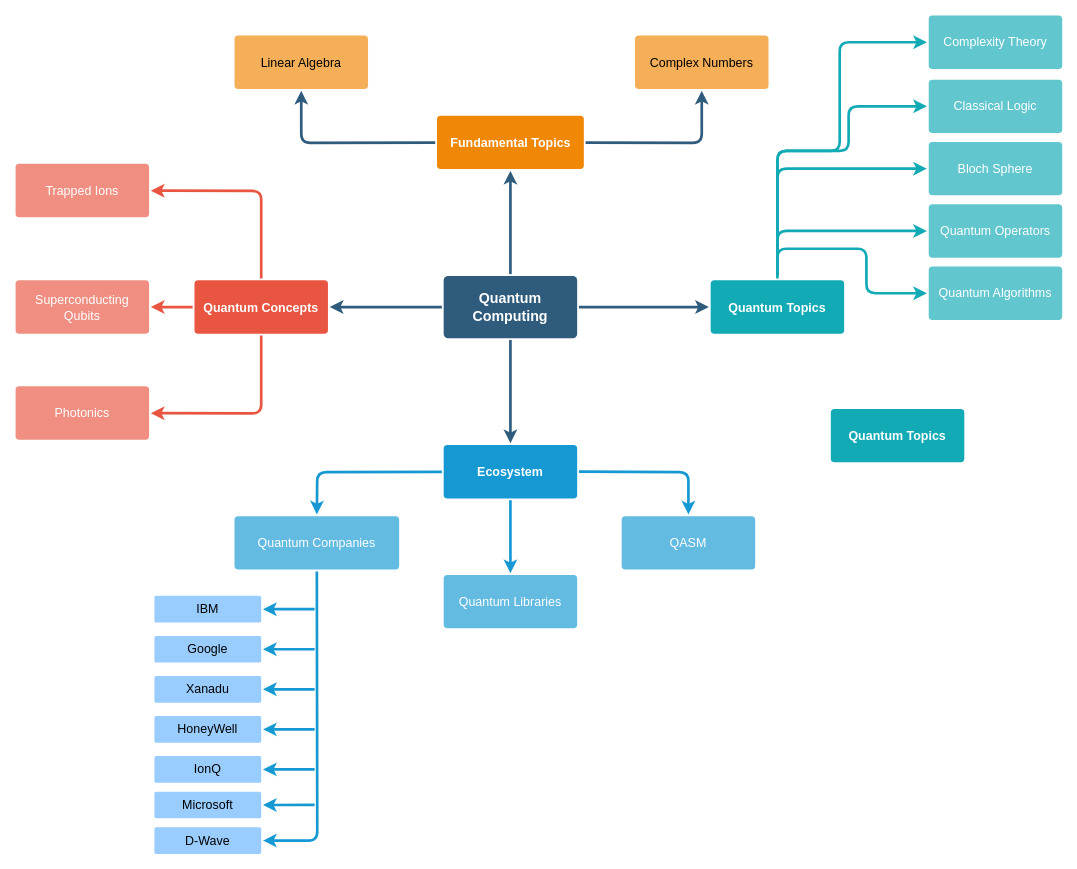
Before: quantum_roadmap.drawio in pablomateo/quantum_computing_learning_stack, a draw.io diagram. Source tidied: cells renumbered, new cells numbered last; positions are measured from the earlier drawing's top-left corner, leaving out a move shared by most shapes. Both pictures are drawn from the tidied source at 89%, with x=0, y=0 at pixel (15, 15).
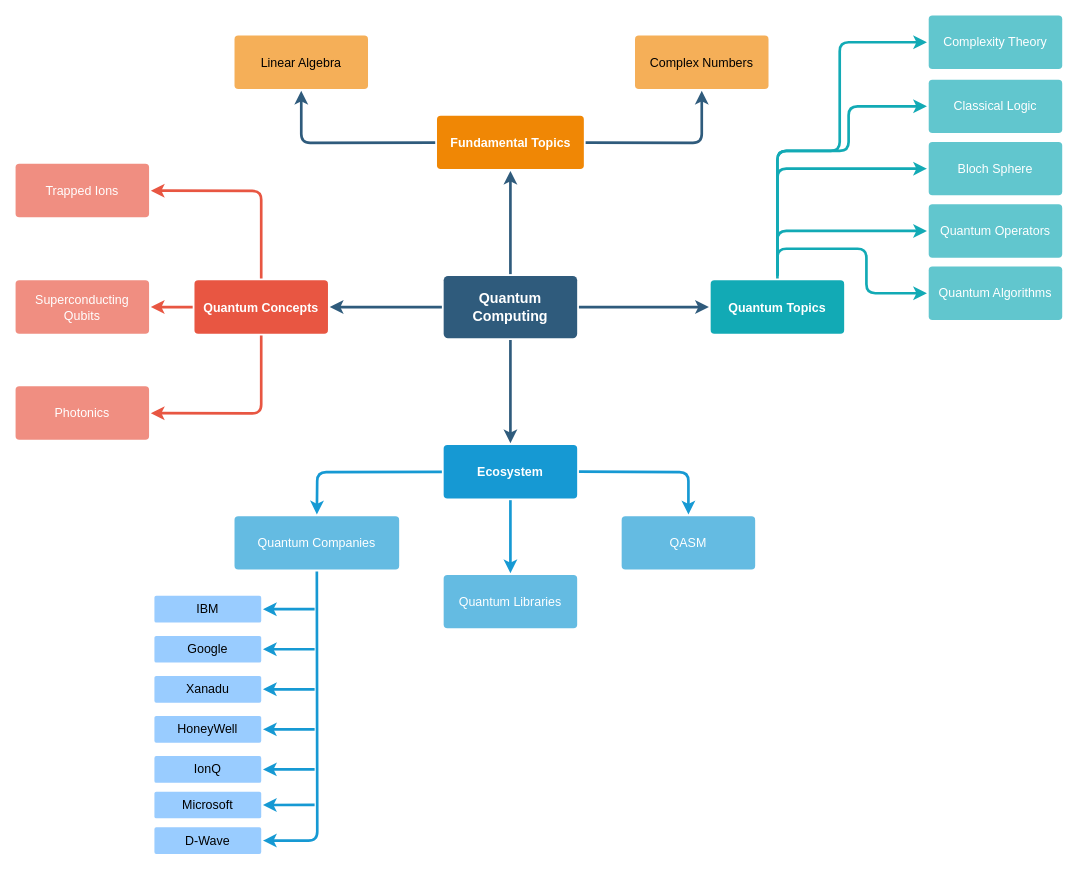
The same page after the edit.

What changed in the source:
```diff
@@
-    <mxCell id="47" value="Quantum Topics" style="rounded=1;whiteSpace=wrap;html=1;shadow=0;labelBackgroundColor=none;strokeColor=none;strokeWidth=3;fillColor=#12aab5;fontFamily=Helvetica;fontSize=14;fontColor=#FFFFFF;align=center;spacing=5;fontStyle=1;arcSize=7;perimeterSpacing=2;" parent="1" vertex="1">
-      <mxGeometry x="916" y="442" width="150" height="60" as="geometry" />
-    </mxCell>
```
